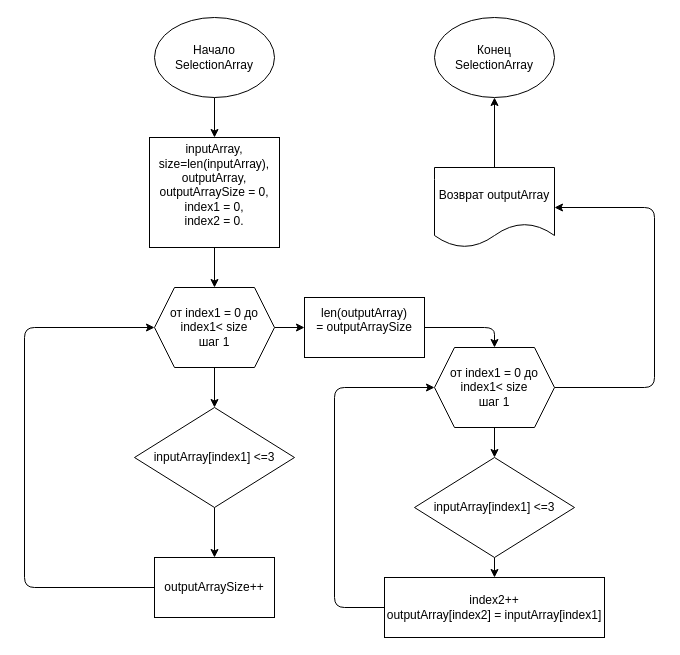
This is Alg.drawio from NiKravets/Chernovik, a draw.io file, before an edit. Source tidied: cells renumbered, new cells numbered last; positions are measured from the earlier drawing's top-left corner, leaving out a move shared by most shapes. Both pictures are drawn from the tidied source at 100%, with x=0, y=0 at pixel (24, 17).
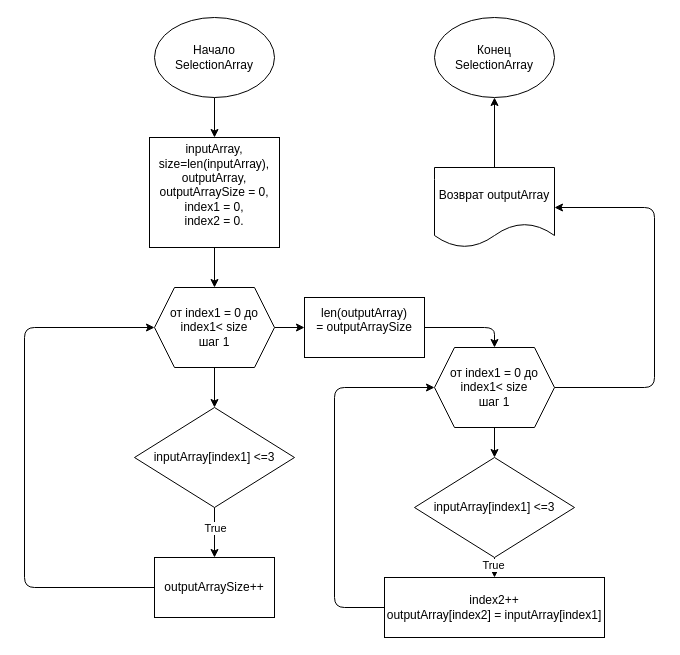
After the change.

The change refers to these unchanged cells:
```xml
<mxCell id="9" style="edgeStyle=none;html=1;exitX=0.5;exitY=1;exitDx=0;exitDy=0;entryX=0.5;entryY=0;entryDx=0;entryDy=0;" parent="1" edge="1" source="10" target="12">
  <mxGeometry relative="1" as="geometry" />
</mxCell>
```

The edit, as a diff of the source:
```diff
@@
+    <mxCell id="25" value="True" style="edgeLabel;html=1;align=center;verticalAlign=middle;" parent="9" vertex="1">
+      <mxGeometry x="-0.45" y="3" relative="1" as="geometry">
+        <mxPoint x="-3" y="6" as="offset" />
+      </mxGeometry>
+    </mxCell>
@@
+    <mxCell id="26" value="True" style="edgeLabel;html=1;align=center;verticalAlign=middle;" parent="1" vertex="1">
+      <mxGeometry x="430" y="554" as="geometry">
+        <mxPoint x="38" y="-7" as="offset" />
+      </mxGeometry>
+    </mxCell>
```
